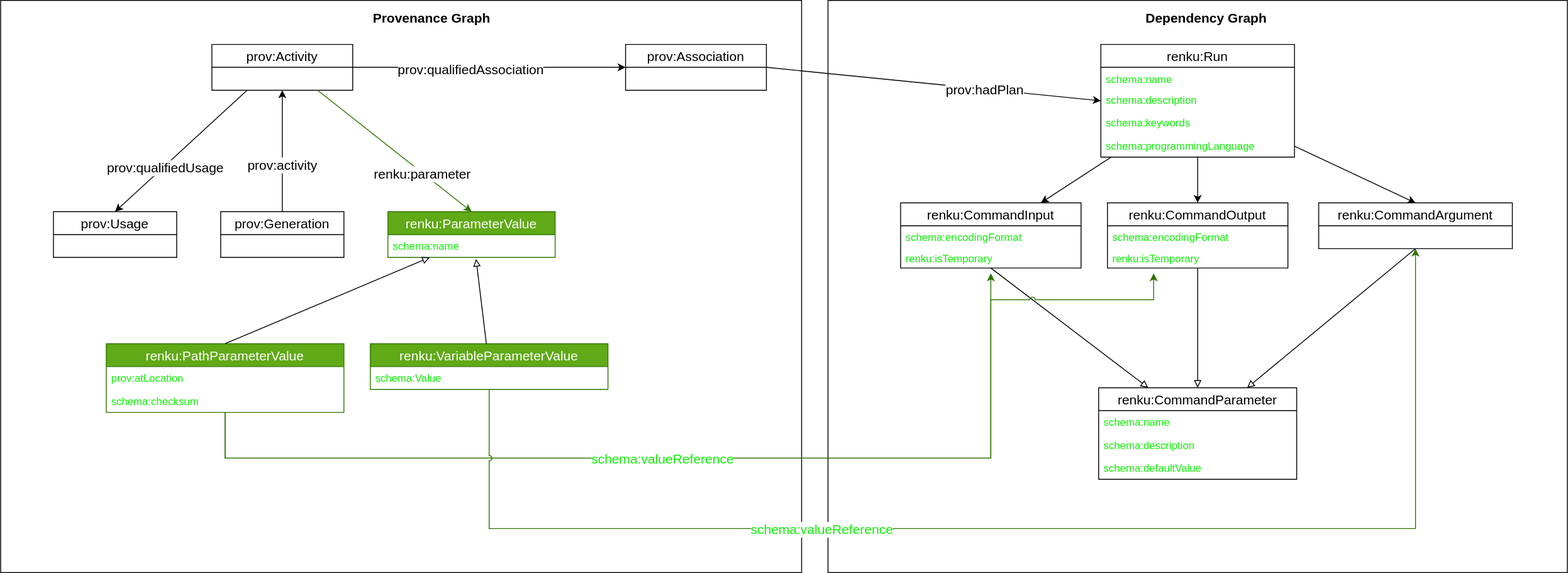
Before: design/001-new-workflow-commands/run-metadata.svg, a diagram exported from draw.io (SwissDataScienceCenter/renku-python). Source tidied: cells renumbered, new cells last; positions are measured from the earlier drawing's top-left corner, leaving out a move shared by most shapes.
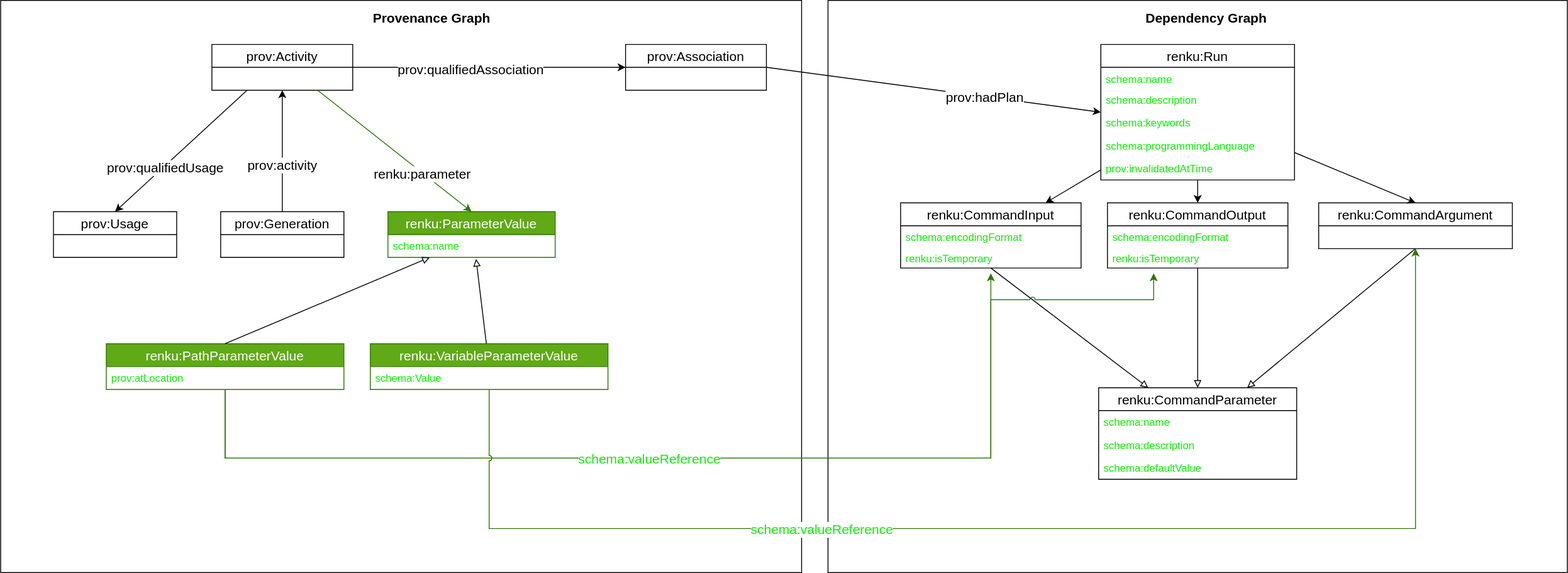
After the change.

What changed in the source:
```diff
@@ -39,14 +39,11 @@
       <mxGeometry x="0.37" y="-1" relative="1" as="geometry" />
     </mxCell>
     <mxCell id="14" value="renku:PathParameterValue" style="swimlane;fontStyle=0;horizontal=1;startSize=26;fillColor=#60a917;fontSize=15;strokeColor=#2D7600;fontColor=#ffffff;" parent="1" vertex="1">
-      <mxGeometry x="120" y="390" width="270" height="78" as="geometry" />
+      <mxGeometry x="120" y="390" width="270" height="52" as="geometry" />
     </mxCell>
     <mxCell id="15" value="prov:atLocation" style="text;strokeColor=none;fillColor=none;align=left;verticalAlign=top;spacingLeft=4;spacingRight=4;overflow=hidden;fontColor=#0DF005;" parent="14" vertex="1">
       <mxGeometry y="26" width="270" height="26" as="geometry" />
     </mxCell>
-    <mxCell id="16" value="schema:checksum" style="text;strokeColor=none;fillColor=none;align=left;verticalAlign=top;spacingLeft=4;spacingRight=4;overflow=hidden;fontColor=#0DF005;" parent="14" vertex="1">
-      <mxGeometry y="52" width="270" height="26" as="geometry" />
-    </mxCell>
     <mxCell id="17" value="schema:name" style="text;strokeColor=none;fillColor=none;align=left;verticalAlign=top;spacingLeft=4;spacingRight=4;overflow=hidden;points=[[0,0.5],[1,0.5]];portConstraint=eastwest;fontColor=#0DF005;" parent="1" vertex="1">
       <mxGeometry x="440" y="266" width="190" height="26" as="geometry" />
     </mxCell>
@@ -72,7 +69,7 @@
       <mxGeometry relative="1" as="geometry" />
     </mxCell>
     <mxCell id="25" value="renku:Run" style="swimlane;fontStyle=0;horizontal=1;startSize=26;fillColor=none;fontSize=15;" parent="1" vertex="1">
-      <mxGeometry x="1250" y="50" width="220" height="128" as="geometry" />
+      <mxGeometry x="1250" y="50" width="220" height="154" as="geometry" />
     </mxCell>
     <mxCell id="26" value="schema:name" style="text;strokeColor=none;fillColor=none;align=left;verticalAlign=top;spacingLeft=4;spacingRight=4;overflow=hidden;fontColor=#0DF005;" parent="25" vertex="1">
       <mxGeometry y="26" width="220" height="24" as="geometry" />
@@ -86,6 +83,9 @@
     <mxCell id="29" value="schema:programmingLanguage" style="text;strokeColor=none;fillColor=none;align=left;verticalAlign=top;spacingLeft=4;spacingRight=4;overflow=hidden;fontColor=#0DF005;" parent="25" vertex="1">
       <mxGeometry y="102" width="220" height="26" as="geometry" />
     </mxCell>
+    <mxCell id="56" value="prov:invalidatedAtTime" style="text;strokeColor=none;fillColor=none;align=left;verticalAlign=top;spacingLeft=4;spacingRight=4;overflow=hidden;fontColor=#0DF005;" parent="25" vertex="1">
+      <mxGeometry y="128" width="220" height="26" as="geometry" />
+    </mxCell>
     <mxCell id="30" style="endArrow=block;html=1;fontSize=15;exitX=0.5;exitY=0;exitDx=0;exitDy=0;entryX=0.25;entryY=1;entryDx=0;entryDy=0;endFill=0;" parent="1" edge="1" source="14" target="7">
       <mxGeometry relative="1" as="geometry" />
     </mxCell>
```
